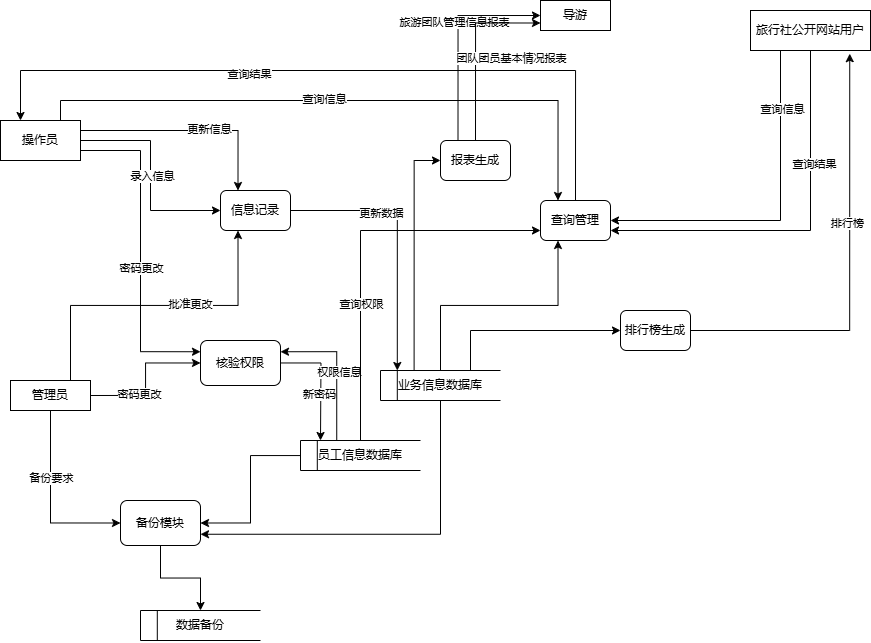
Before: 可行性-数据流图.drawio.png, a diagram exported from draw.io (wefcdse/softeng). Source tidied: cells renumbered, new cells last; positions are measured from the earlier drawing's top-left corner, leaving out a move shared by most shapes.
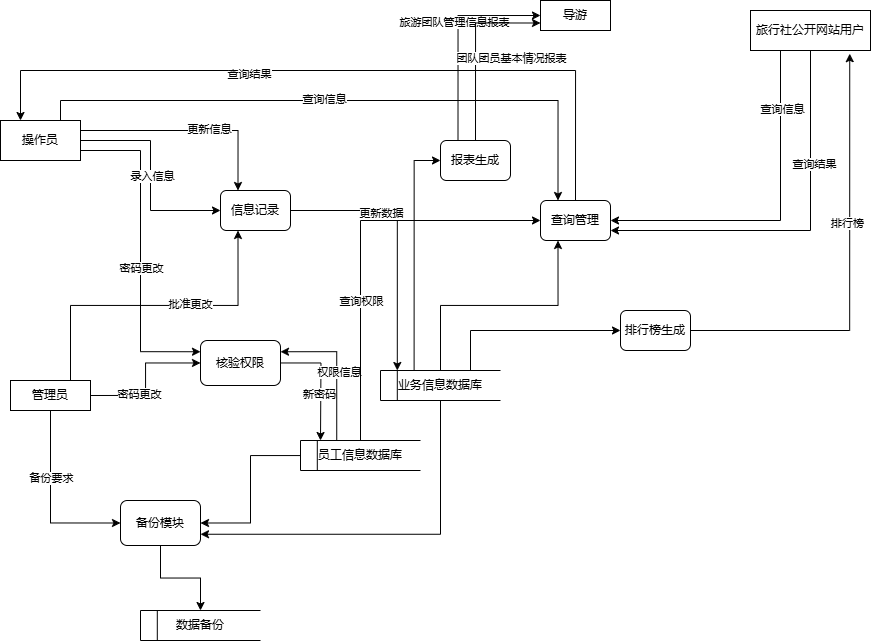
After the change.

Commit message:
更新可行性-数据流图.drawio.png

Diff of the diagram source:
```diff
@@ -140,7 +140,7 @@
     <mxCell id="42" value="查询管理" style="rounded=1;whiteSpace=wrap;html=1;" parent="1" vertex="1">
       <mxGeometry x="540" y="200" width="70" height="40" as="geometry" />
     </mxCell>
-    <mxCell id="43" style="edgeStyle=orthogonalEdgeStyle;rounded=0;jettySize=auto;html=1;exitX=0.5;exitY=0;exitDx=0;exitDy=0;exitPerimeter=0;entryX=0;entryY=0.75;entryDx=0;entryDy=0;" parent="1" edge="1" source="4" target="42">
+    <mxCell id="43" style="edgeStyle=orthogonalEdgeStyle;rounded=0;jettySize=auto;html=1;exitX=0.5;exitY=0;exitDx=0;exitDy=0;exitPerimeter=0;entryX=0;entryY=0.5;entryDx=0;entryDy=0;" parent="1" edge="1" source="4" target="42">
       <mxGeometry relative="1" as="geometry" />
     </mxCell>
     <mxCell id="44" value="查询权限" style="edgeLabel;html=1;align=center;verticalAlign=middle;" parent="43" vertex="1">
```
